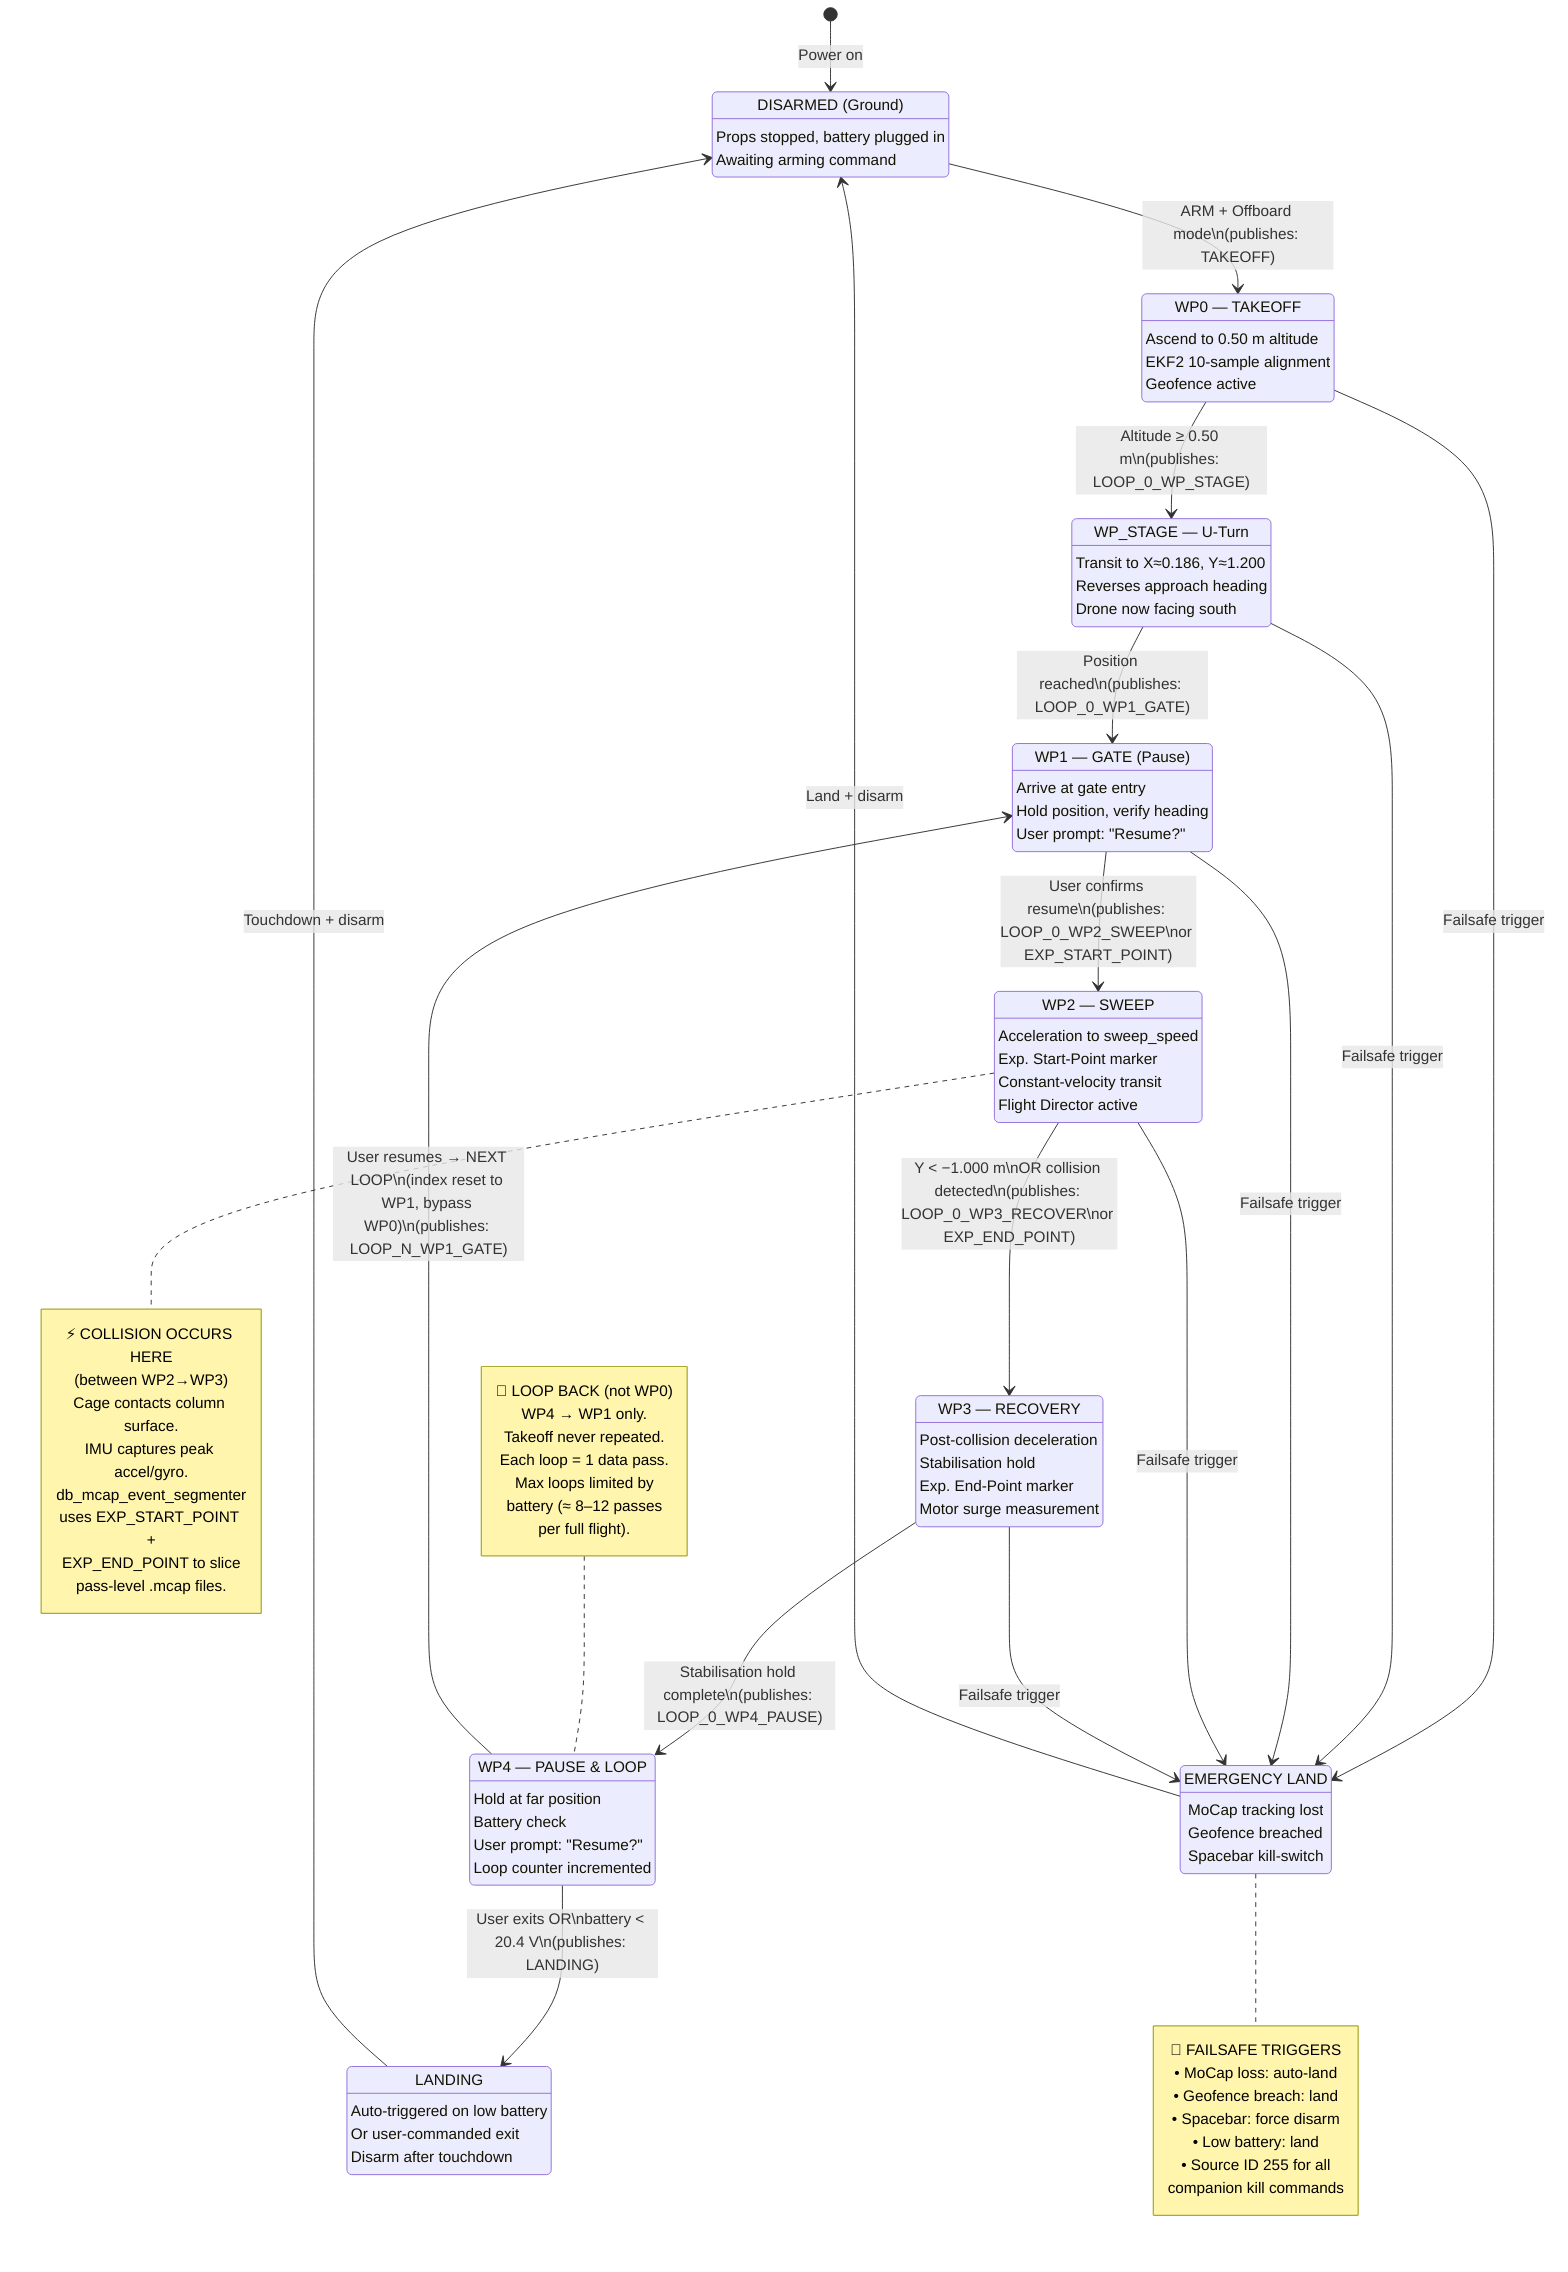
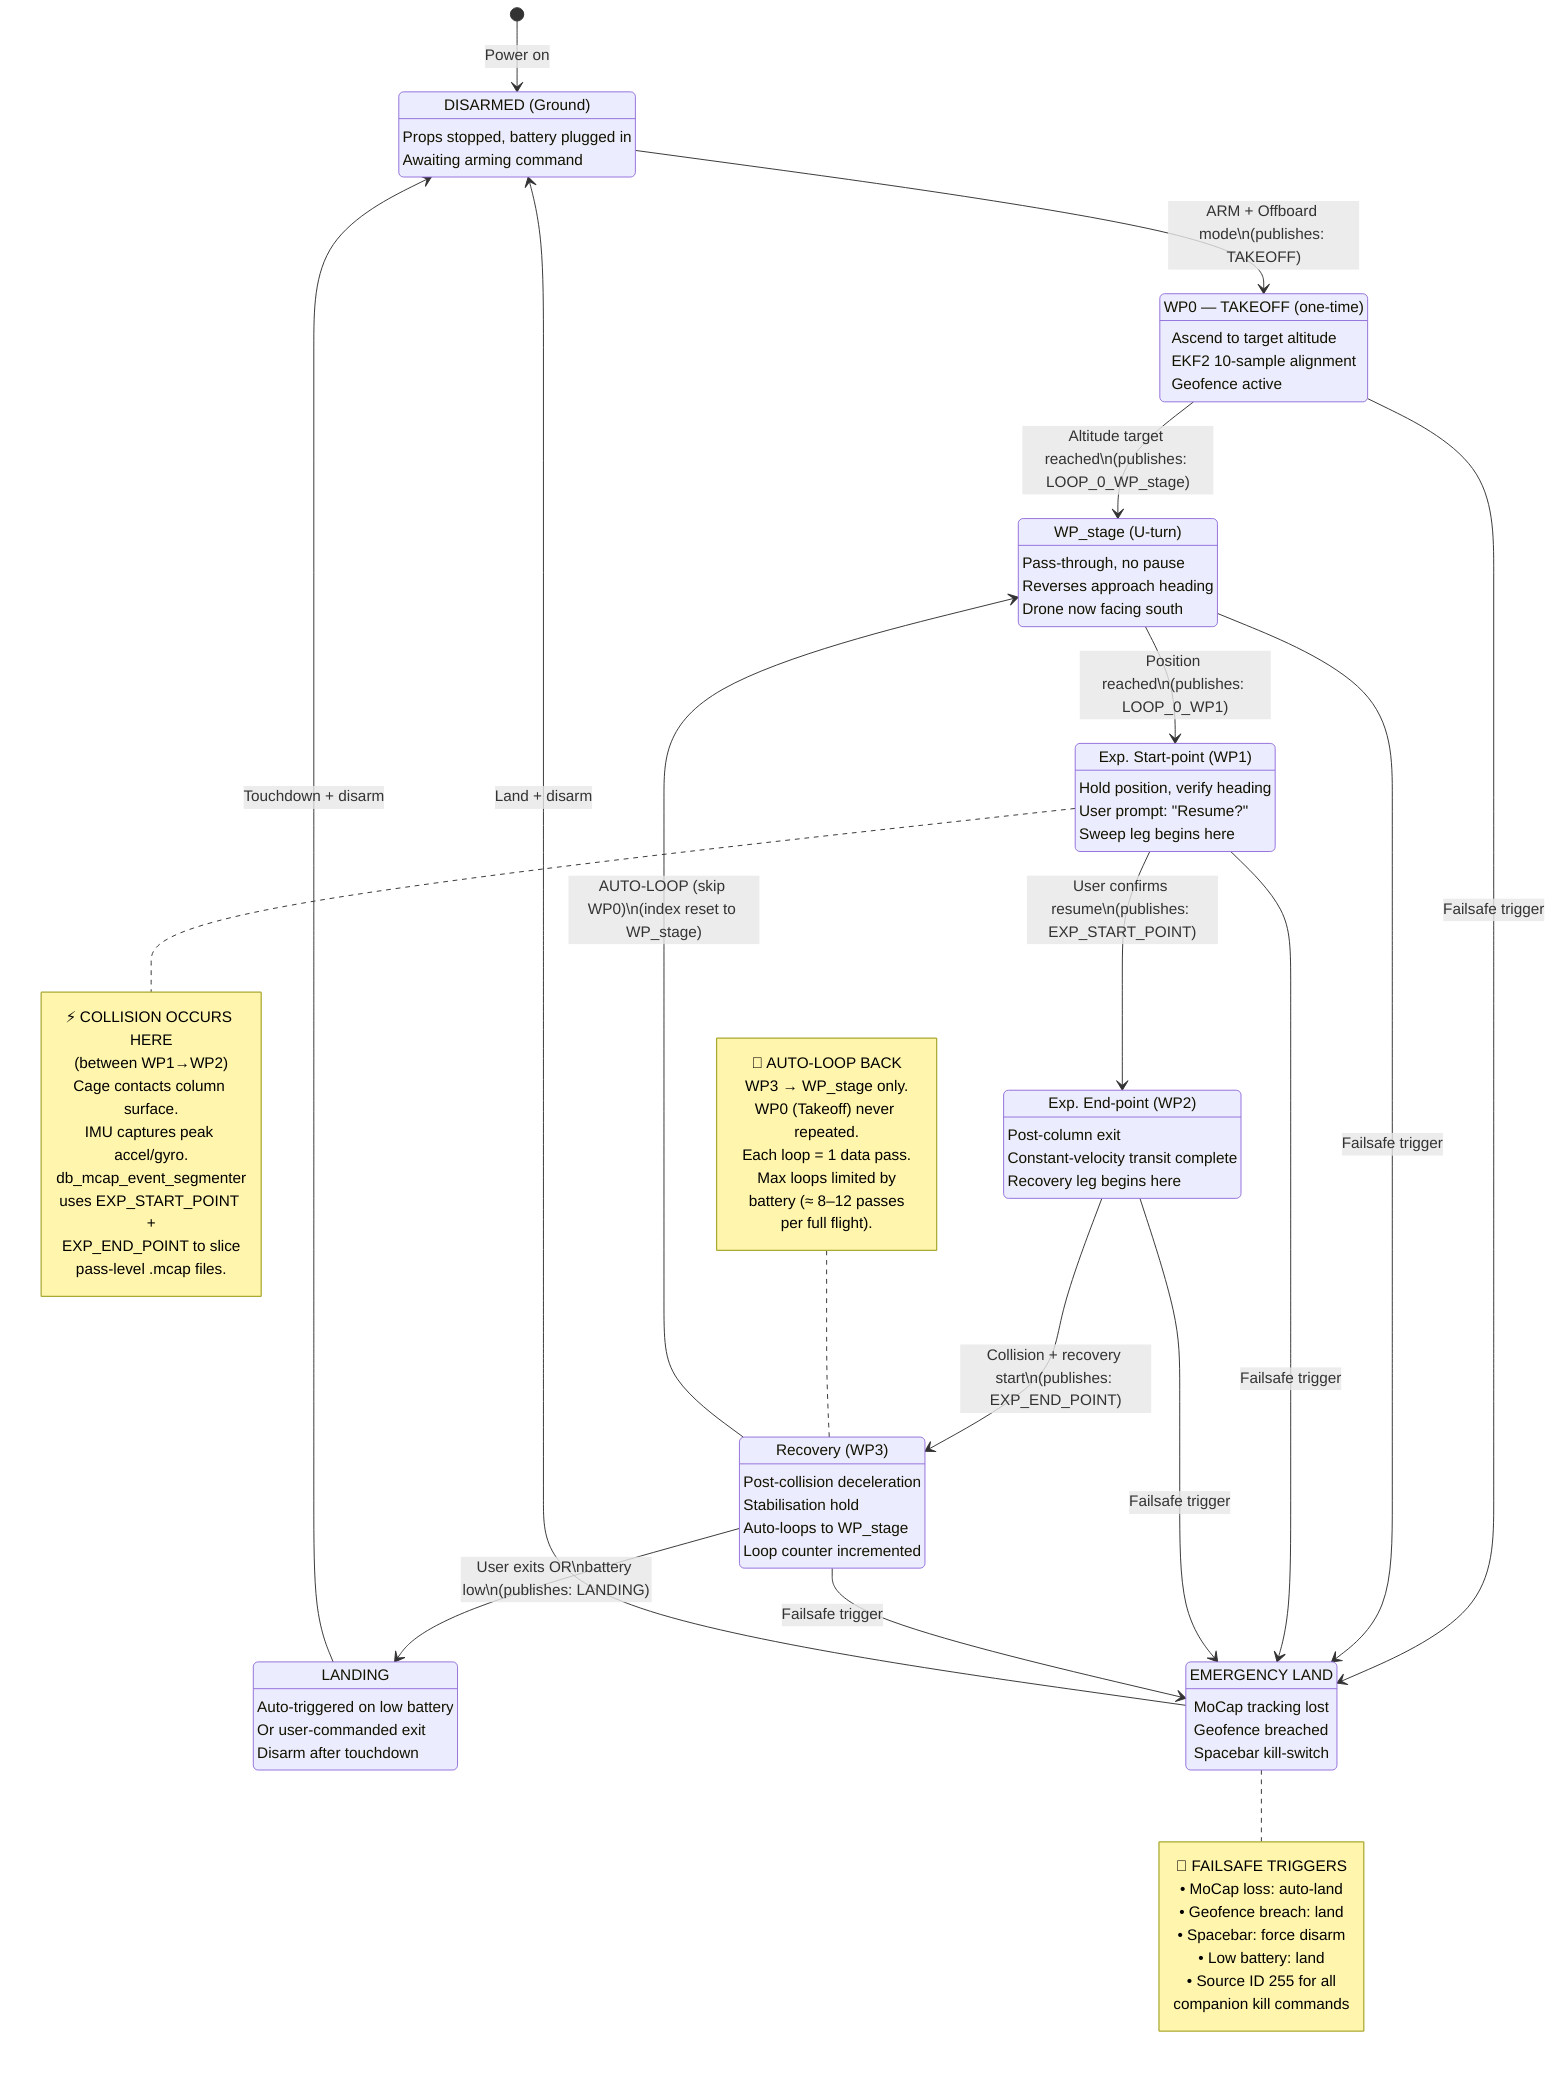
stateDiagram-v2
%% ── Collision Sweep Waypoint State Machine ───────────────────────────────
%% Thesis figure: state transitions of the autonomous collision loop.
%% Publishes /flight_director/active_waypoint (std_msgs/String) on each
%% transition — these events drive the offboard MCAP event segmenter.
    direction TB

    %% ── States ─────────────────────────────────────────────────────────────
    DISARMED : DISARMED (Ground)
    DISARMED : Props stopped, battery plugged in
    DISARMED : Awaiting arming command

-     TAKEOFF : WP0 — TAKEOFF
-     TAKEOFF : Ascend to 0.50 m altitude
+     TAKEOFF : WP0 — TAKEOFF (one-time)
+     TAKEOFF : Ascend to target altitude
    TAKEOFF : EKF2 10-sample alignment
    TAKEOFF : Geofence active

-     WP_STAGE : WP_STAGE — U-Turn
-     WP_STAGE : Transit to X≈0.186, Y≈1.200
-     WP_STAGE : Reverses approach heading
-     WP_STAGE : Drone now facing south
+     WP_stage : WP_stage (U-turn)
+     WP_stage : Pass-through, no pause
+     WP_stage : Reverses approach heading
+     WP_stage : Drone now facing south

-     WP1_GATE : WP1 — GATE (Pause)
-     WP1_GATE : Arrive at gate entry
-     WP1_GATE : Hold position, verify heading
-     WP1_GATE : User prompt: "Resume?"
+     WP1 : Exp. Start-point (WP1)
+     WP1 : Hold position, verify heading
+     WP1 : User prompt: "Resume?"
+     WP1 : Sweep leg begins here

-     WP2_SWEEP : WP2 — SWEEP
-     WP2_SWEEP : Acceleration to sweep_speed
-     WP2_SWEEP : Exp. Start-Point marker
-     WP2_SWEEP : Constant-velocity transit
-     WP2_SWEEP : Flight Director active
+     WP2 : Exp. End-point (WP2)
+     WP2 : Post-column exit
+     WP2 : Constant-velocity transit complete
+     WP2 : Recovery leg begins here

-     WP3_RECOVER : WP3 — RECOVERY
-     WP3_RECOVER : Post-collision deceleration
-     WP3_RECOVER : Stabilisation hold
-     WP3_RECOVER : Exp. End-Point marker
-     WP3_RECOVER : Motor surge measurement
- 
-     WP4_PAUSE : WP4 — PAUSE & LOOP
-     WP4_PAUSE : Hold at far position
-     WP4_PAUSE : Battery check
-     WP4_PAUSE : User prompt: "Resume?"
-     WP4_PAUSE : Loop counter incremented
+     WP3 : Recovery (WP3)
+     WP3 : Post-collision deceleration
+     WP3 : Stabilisation hold
+     WP3 : Auto-loops to WP_stage
+     WP3 : Loop counter incremented

    LANDING : LANDING
    LANDING : Auto-triggered on low battery
    LANDING : Or user-commanded exit
    LANDING : Disarm after touchdown

    EMERGENCY : EMERGENCY LAND
    EMERGENCY : MoCap tracking lost
    EMERGENCY : Geofence breached
    EMERGENCY : Spacebar kill-switch

    %% ── Transitions ────────────────────────────────────────────────────────
    [*] --> DISARMED : Power on

    DISARMED --> TAKEOFF : ARM + Offboard mode\n(publishes: TAKEOFF)

-     TAKEOFF --> WP_STAGE : Altitude ≥ 0.50 m\n(publishes: LOOP_0_WP_STAGE)
+     TAKEOFF --> WP_stage : Altitude target reached\n(publishes: LOOP_0_WP_stage)

-     WP_STAGE --> WP1_GATE : Position reached\n(publishes: LOOP_0_WP1_GATE)
+     WP_stage --> WP1 : Position reached\n(publishes: LOOP_0_WP1)

-     WP1_GATE --> WP2_SWEEP : User confirms resume\n(publishes: LOOP_0_WP2_SWEEP\nor EXP_START_POINT)
+     WP1 --> WP2 : User confirms resume\n(publishes: EXP_START_POINT)

-     WP2_SWEEP --> WP3_RECOVER : Y < −1.000 m\nOR collision detected\n(publishes: LOOP_0_WP3_RECOVER\nor EXP_END_POINT)
+     WP2 --> WP3 : Collision + recovery start\n(publishes: EXP_END_POINT)

-     WP3_RECOVER --> WP4_PAUSE : Stabilisation hold complete\n(publishes: LOOP_0_WP4_PAUSE)
+     WP3 --> WP_stage : AUTO-LOOP (skip WP0)\n(index reset to WP_stage)

-     WP4_PAUSE --> WP1_GATE : User resumes → NEXT LOOP\n(index reset to WP1, bypass WP0)\n(publishes: LOOP_N_WP1_GATE)
- 
-     WP4_PAUSE --> LANDING : User exits OR\nbattery < 20.4 V\n(publishes: LANDING)
+     WP3 --> LANDING : User exits OR\nbattery low\n(publishes: LANDING)

    LANDING --> DISARMED : Touchdown + disarm

    %% ── Safety Transitions (any active state) ──────────────────────────────
    TAKEOFF --> EMERGENCY : Failsafe trigger
-     WP_STAGE --> EMERGENCY : Failsafe trigger
-     WP1_GATE --> EMERGENCY : Failsafe trigger
-     WP2_SWEEP --> EMERGENCY : Failsafe trigger
-     WP3_RECOVER --> EMERGENCY : Failsafe trigger
+     WP_stage --> EMERGENCY : Failsafe trigger
+     WP1 --> EMERGENCY : Failsafe trigger
+     WP2 --> EMERGENCY : Failsafe trigger
+     WP3 --> EMERGENCY : Failsafe trigger

    EMERGENCY --> DISARMED : Land + disarm

    %% ── Notes ──────────────────────────────────────────────────────────────
-     note right of WP2_SWEEP
+     note right of WP1
        ⚡ COLLISION OCCURS HERE
-         (between WP2→WP3)
+         (between WP1→WP2)
        Cage contacts column surface.
        IMU captures peak accel/gyro.
        db_mcap_event_segmenter
        uses EXP_START_POINT +
        EXP_END_POINT to slice
        pass-level .mcap files.
    end note

-     note left of WP4_PAUSE
-         🔁 LOOP BACK (not WP0)
-         WP4 → WP1 only.
-         Takeoff never repeated.
+     note left of WP3
+         🔁 AUTO-LOOP BACK
+         WP3 → WP_stage only.
+         WP0 (Takeoff) never repeated.
        Each loop = 1 data pass.
        Max loops limited by
        battery (≈ 8–12 passes
        per full flight).
    end note

    note right of EMERGENCY
        🛑 FAILSAFE TRIGGERS
        • MoCap loss: auto-land
        • Geofence breach: land
        • Spacebar: force disarm
        • Low battery: land
        • Source ID 255 for all
          companion kill commands
    end note
